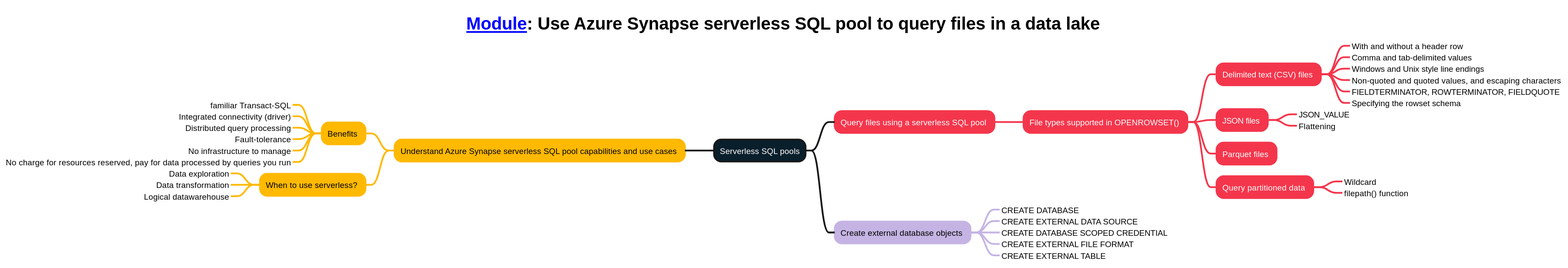
Before: mindmaps/04-Use Azure Synapse serverless SQL pool to query files in a data lake.svg, a diagram exported from PlantUML (weslbo/dp-203).
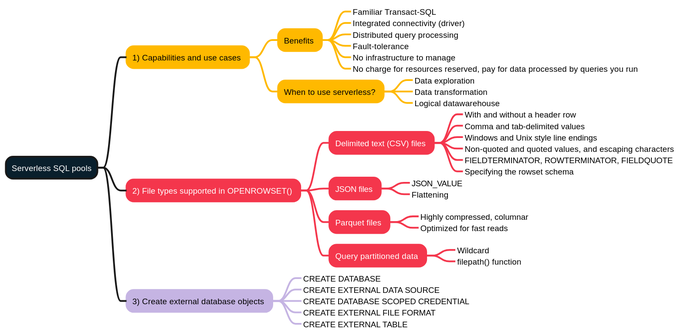
The same diagram one commit later.

The edit, as a diff of the source:
```diff
@@ -1,78 +1,72 @@
 @startmindmap
 <style>
-title {
-        FontSize 30
-        FontColor #000000
-    }
-mindmapDiagram {
-    :depth(0) {
-        BackgroundColor #091f2c
-        FontColor #ffffff
-        LineThickness 3.0
-    }
-    .topic1 {
-        BackgroundColor #ffb900
-        LineColor #ffb900
-        LineThickness 3.0
-        FontColor #000000
-    }
-    .topic2 {
-        BackgroundColor #f4364c
-        LineColor #f4364c
-        LineThickness 3.0
-        FontColor #ffffff
-    }
-    .topic3 {
-        BackgroundColor #c5b4e3
-        LineColor #c5b4e3
-        LineThickness 3.0
-        FontColor #000000
-    }
-    .topic4 {
-        BackgroundColor #e1d3c7
-        LineColor #e1d3c7
-        LineThickness 3.0
-        FontColor #000000
-    }
-    .topic5 {
-        BackgroundColor #07641d
-        LineColor #07641d
-        LineThickness 3.0
-        FontColor #ffffff
-    }
+:depth(0) {
+    BackgroundColor #091f2c
+    FontColor #ffffff
+    LineThickness 3.0
+}
+.topic1 {
+    BackgroundColor #ffb900
+    LineColor #ffb900
+    LineThickness 3.0
+    FontColor #000000
+}
+.topic2 {
+    BackgroundColor #f4364c
+    LineColor #f4364c
+    LineThickness 3.0
+    FontColor #ffffff
+}
+.topic3 {
+    BackgroundColor #c5b4e3
+    LineColor #c5b4e3
+    LineThickness 3.0
+    FontColor #000000
+}
+.topic4 {
+    BackgroundColor #e1d3c7
+    LineColor #e1d3c7
+    LineThickness 3.0
+    FontColor #000000
+}
+.topic5 {
+    BackgroundColor #07641d
+    LineColor #07641d
+    LineThickness 3.0
+    FontColor #ffffff
 }
 </style>
-title [[https://learn.microsoft.com/training/modules/query-data-lake-using-azure-synapse-serverless-sql-pools/ Module]]: Use Azure Synapse serverless SQL pool to query files in a data lake
 + Serverless SQL pools
--- Understand Azure Synapse serverless SQL pool capabilities and use cases <<topic1>>
---- Benefits <<topic1>>
-----_ familiar Transact-SQL
-----_ Integrated connectivity (driver)
-----_ Distributed query processing
-----_ Fault-tolerance
-----_ No infrastructure to manage
-----_ No charge for resources reserved, pay for data processed by queries you run
---- When to use serverless? <<topic1>>
-----_ Data exploration
-----_ Data transformation
-----_ Logical datawarehouse
-++ Query files using a serverless SQL pool <<topic2>>
-+++ File types supported in OPENROWSET() <<topic2>>
-++++ Delimited text (CSV) files <<topic2>>
-+++++_ With and without a header row
-+++++_ Comma and tab-delimited values
-+++++_ Windows and Unix style line endings
-+++++_ Non-quoted and quoted values, and escaping characters
-+++++_ FIELDTERMINATOR, ROWTERMINATOR, FIELDQUOTE
-+++++_ Specifying the rowset schema
-++++ JSON files <<topic2>>
-+++++_ JSON_VALUE
-+++++_ Flattening
-++++ Parquet files <<topic2>>
-++++ Query partitioned data <<topic2>>
-+++++_ Wildcard
-+++++_ filepath() function
-++ Create external database objects <<topic3>>
+++ 1) Capabilities and use cases <<topic1>>
++++ Benefits <<topic1>>
+++++_ Familiar Transact-SQL
+++++_ Integrated connectivity (driver)
+++++_ Distributed query processing
+++++_ Fault-tolerance
+++++_ No infrastructure to manage
+++++_ No charge for resources reserved, pay for data processed by queries you run
++++ When to use serverless? <<topic1>>
+++++_ Data exploration
+++++_ Data transformation
+++++_ Logical datawarehouse
+++ 2) File types supported in OPENROWSET() <<topic2>>
++++ Delimited text (CSV) files <<topic2>>
+++++_ With and without a header row
+++++_ Comma and tab-delimited values
+++++_ Windows and Unix style line endings
+++++_ Non-quoted and quoted values, and escaping characters
+++++_ FIELDTERMINATOR, ROWTERMINATOR, FIELDQUOTE
+++++_ Specifying the rowset schema
++++ JSON files <<topic2>>
+++++_ JSON_VALUE
+++++_ Flattening
++++ Parquet files <<topic2>>
+++++_ Highly compressed, columnar
+++++_ Optimized for fast reads
++++ Query partitioned data <<topic2>>
+++++_ Wildcard
+++++_ filepath() function
+++ 3) Create external database objects <<topic3>>
 +++_ CREATE DATABASE
 +++_ CREATE EXTERNAL DATA SOURCE
 +++_ CREATE DATABASE SCOPED CREDENTIAL
```
